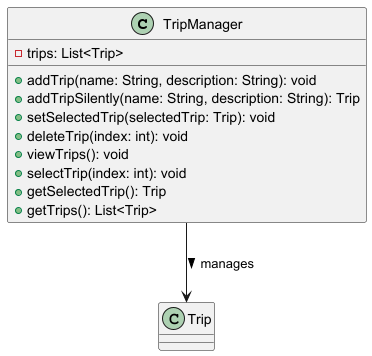
Earlier version of the PlantUML export docs/puml_pics/TripManager.png (ojassurana/tp).
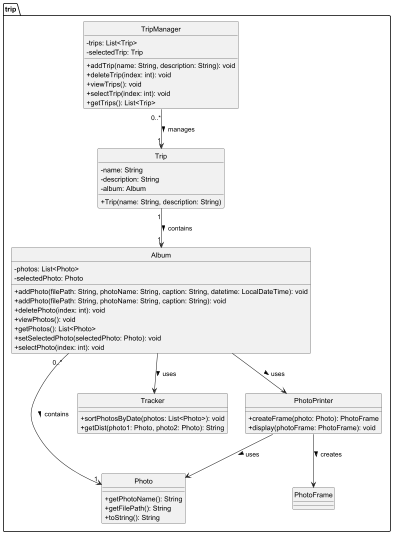
The same diagram one commit later.

Commit message:
Fix Trip Manager DG file

Change to the diagram source:
```diff
@@ -1,15 +1,63 @@
 @startuml
+hide circle
+skinparam classAttributeIconSize 0
+
+package trip {
+
 class TripManager {
     - trips: List<Trip>
+    - selectedTrip: Trip
     + addTrip(name: String, description: String): void
-    + addTripSilently(name: String, description: String): Trip
-    + setSelectedTrip(selectedTrip: Trip): void
     + deleteTrip(index: int): void
     + viewTrips(): void
     + selectTrip(index: int): void
-    + getSelectedTrip(): Trip
     + getTrips(): List<Trip>
 }
 
-TripManager --> Trip: manages >
+class Trip {
+    - name: String
+    - description: String
+    - album: Album
+    + Trip(name: String, description: String)
+}
+
+class Album {
+    - photos: List<Photo>
+    - selectedPhoto: Photo
+    + addPhoto(filePath: String, photoName: String, caption: String, datetime: LocalDateTime): void
+    + addPhoto(filePath: String, photoName: String, caption: String): void
+    + deletePhoto(index: int): void
+    + viewPhotos(): void
+    + getPhotos(): List<Photo>
+    + setSelectedPhoto(selectedPhoto: Photo): void
+    + selectPhoto(index: int): void
+}
+
+class Photo {
+    + getPhotoName(): String
+    + getFilePath(): String
+    + toString(): String
+}
+
+class Tracker {
+    + sortPhotosByDate(photos: List<Photo>): void
+    + getDist(photo1: Photo, photo2: Photo): String
+}
+
+class PhotoFrame
+class PhotoPrinter {
+    + createFrame(photo: Photo): PhotoFrame
+    + display(photoFrame: PhotoFrame): void
+}
+
+TripManager "0..*" --> "1" Trip : manages >
+Trip "1" --> "1" Album : contains >
+Album "0..*" --> "1" Photo : contains >
+Album --> PhotoPrinter : uses >
+Album --> Tracker : uses >
+PhotoPrinter --> PhotoFrame : creates >
+PhotoPrinter --> Photo : uses >
+
+}
+
 @enduml
```
